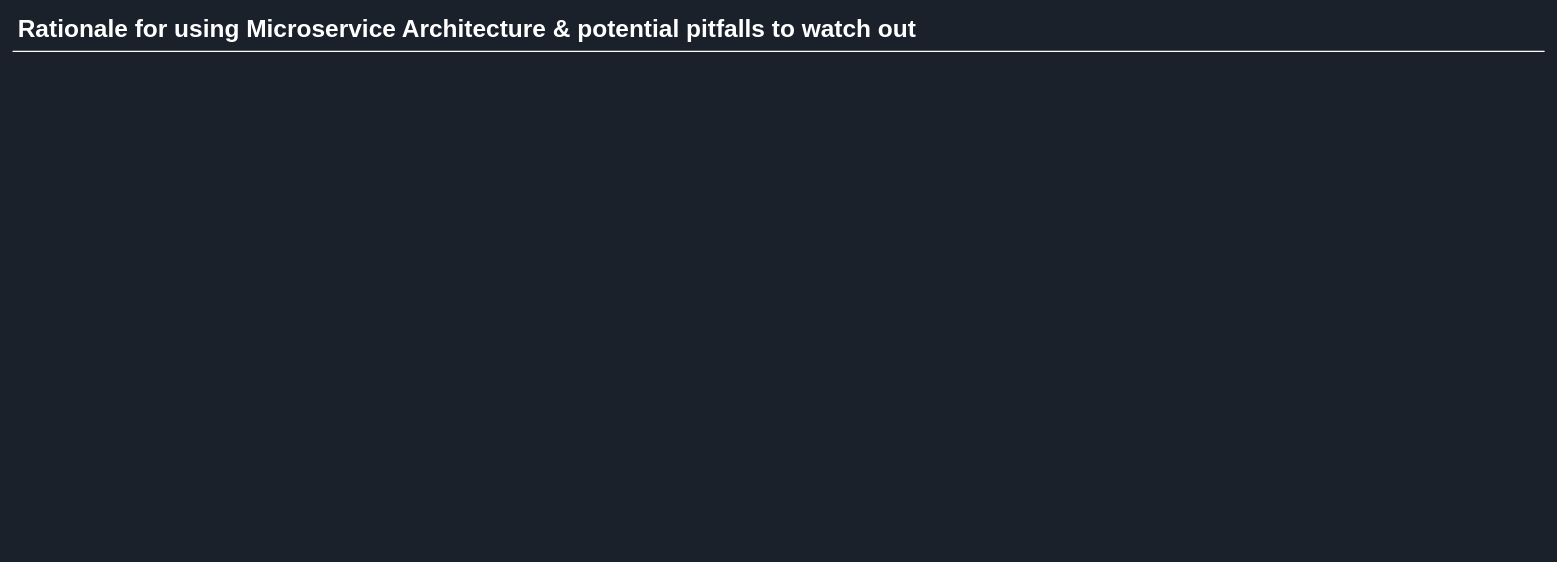
The draw.io diagram page "Rationale & Recommendations" (4 of 4) of drawio/OpenBanking_Reference_AWS.drawio in openbanking-simulator/Reference_Architecture, before the edit. Source tidied: cells renumbered, new cells numbered last; positions are measured from the earlier drawing's top-left corner, leaving out a move shared by most shapes. Both pictures are drawn from the tidied source at 68%, with x=0, y=0 at pixel (12, 12).
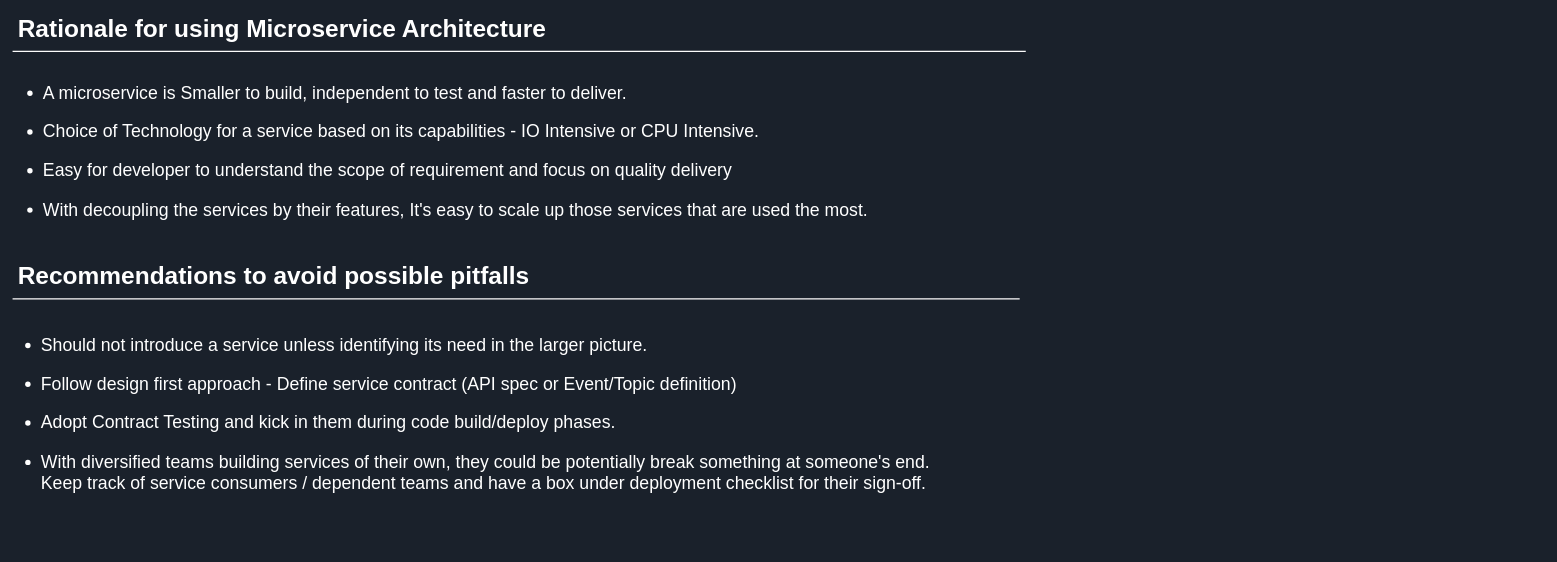
After the change.

The edit, as a diff of the source:
```diff
@@
 <mxGraphModel background="#1A212B">
   <root>
     <mxCell id="0" />
     <mxCell id="1" parent="0" />
-    <mxCell id="2" value="Rationale for using Microservice Architecture &amp;amp; potential pitfalls to watch out" style="text;html=1;align=left;verticalAlign=top;spacingTop=-4;fontSize=36;fontStyle=1;labelBackgroundColor=none;fontColor=#FFFFFF;" parent="1" vertex="1">
-      <mxGeometry x="6" width="1331" height="43" as="geometry" />
+    <mxCell id="2" value="Rationale for using Microservice Architecture" style="text;html=1;align=left;verticalAlign=top;spacingTop=-4;fontSize=36;fontStyle=1;labelBackgroundColor=none;fontColor=#FFFFFF;" parent="1" vertex="1">
+      <mxGeometry x="6" width="787" height="43" as="geometry" />
     </mxCell>
     <mxCell id="3" style="line;strokeWidth=2;html=1;fontSize=14;labelBackgroundColor=none;fontColor=#FAFAFA;strokeColor=#FCFCFC;" parent="1" vertex="1">
-      <mxGeometry y="53" width="2253" height="10" as="geometry" />
+      <mxGeometry y="53" width="1490" height="10" as="geometry" />
     </mxCell>
+    <mxCell id="4" value="&lt;ul&gt;&lt;li&gt;A microservice is Smaller to build, independent to test and faster to deliver.&lt;/li&gt;&lt;/ul&gt;&lt;ul&gt;&lt;li&gt;Choice of Technology for a service based on its capabilities - IO Intensive or CPU Intensive.&lt;/li&gt;&lt;/ul&gt;&lt;ul&gt;&lt;li&gt;Easy for developer to understand the scope of requirement and focus on quality delivery&lt;/li&gt;&lt;/ul&gt;&lt;ul&gt;&lt;li&gt;With decoupling the services by their features, It's easy to scale up those services that are used the most.&lt;/li&gt;&lt;/ul&gt;" style="text;html=1;strokeColor=none;fillColor=none;align=left;verticalAlign=top;whiteSpace=wrap;rounded=0;fontSize=26;fontColor=#FFFFFF;" parent="1" vertex="1">
+      <mxGeometry x="3" y="71" width="1687" height="350" as="geometry" />
+    </mxCell>
+    <mxCell id="5" value="Recommendations to avoid possible pitfalls&amp;nbsp;" style="text;html=1;align=left;verticalAlign=top;spacingTop=-4;fontSize=36;fontStyle=1;labelBackgroundColor=none;fontColor=#FFFFFF;" parent="1" vertex="1">
+      <mxGeometry x="6" y="364" width="772" height="43" as="geometry" />
+    </mxCell>
+    <mxCell id="6" style="line;strokeWidth=2;html=1;fontSize=14;labelBackgroundColor=none;fontColor=#FAFAFA;strokeColor=#FCFCFC;" parent="1" vertex="1">
+      <mxGeometry y="417" width="1481" height="10" as="geometry" />
+    </mxCell>
+    <mxCell id="7" value="&lt;ul&gt;&lt;li&gt;&lt;span&gt;Should not introduce a service unless identifying its need in the larger picture.&lt;/span&gt;&lt;br&gt;&lt;/li&gt;&lt;/ul&gt;&lt;ul&gt;&lt;li&gt;&lt;span&gt;Follow design first approach - Define service contract (API spec or Event/Topic definition)&lt;br&gt;&lt;/span&gt;&lt;/li&gt;&lt;/ul&gt;&lt;ul&gt;&lt;li&gt;&lt;span&gt;Adopt Contract Testing and kick in them during code build/deploy phases.&lt;/span&gt;&lt;/li&gt;&lt;/ul&gt;&lt;ul&gt;&lt;li&gt;&lt;span&gt;With diversified teams building services of their own, they could be potentially break something at someone's end. &lt;br&gt;Keep track of service consumers / dependent teams and have a box under deployment checklist for their sign-off.&lt;/span&gt;&lt;/li&gt;&lt;/ul&gt;&lt;div&gt;&lt;/div&gt;" style="text;html=1;strokeColor=none;fillColor=none;align=left;verticalAlign=top;whiteSpace=wrap;rounded=0;fontSize=26;fontColor=#FFFFFF;" parent="1" vertex="1">
+      <mxGeometry y="442" width="1712" height="350" as="geometry" />
+    </mxCell>
   </root>
 </mxGraphModel>
```
